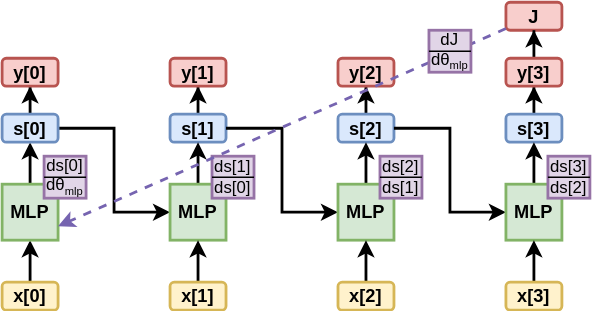
This is rnn_gradient_vanish_vis.svg from yyhtbs-yye/course_images, a draw.io export, as it was before one commit. Source tidied: cells renumbered, new cells last; positions are measured from the earlier drawing's top-left corner, leaving out a move shared by most shapes.
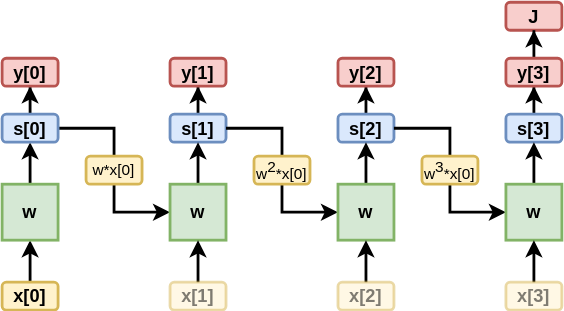
After the commit.

Diff of the diagram source:
```diff
@@ -29,13 +29,13 @@
     <mxCell id="10" style="edgeStyle=orthogonalEdgeStyle;rounded=0;jettySize=auto;html=1;strokeWidth=2;fontSize=13;" parent="1" edge="1" source="11" target="9">
       <mxGeometry relative="1" as="geometry" />
     </mxCell>
-    <mxCell id="11" value="MLP" style="rounded=0;whiteSpace=wrap;html=1;fillColor=#d5e8d4;strokeColor=#82b366;fontStyle=1;fontSize=13;strokeWidth=2;" parent="1" vertex="1">
+    <mxCell id="11" value="w" style="rounded=0;whiteSpace=wrap;html=1;fillColor=#d5e8d4;strokeColor=#82b366;fontStyle=1;fontSize=13;strokeWidth=2;" parent="1" vertex="1">
       <mxGeometry x="120" y="130" width="40" height="40" as="geometry" />
     </mxCell>
     <mxCell id="12" style="edgeStyle=orthogonalEdgeStyle;rounded=0;jettySize=auto;html=1;strokeWidth=2;fontSize=13;" parent="1" edge="1" source="13" target="11">
       <mxGeometry relative="1" as="geometry" />
     </mxCell>
-    <mxCell id="13" value="x[1]" style="rounded=1;whiteSpace=wrap;html=1;fillColor=#fff2cc;strokeColor=#d6b656;fontStyle=1;fontSize=13;strokeWidth=2;" parent="1" vertex="1">
+    <mxCell id="13" value="x[1]" style="rounded=1;whiteSpace=wrap;html=1;fillColor=#fff2cc;strokeColor=#d6b656;fontStyle=1;fontSize=13;strokeWidth=2;opacity=50;textOpacity=50;" parent="1" vertex="1">
       <mxGeometry x="120" y="200" width="40" height="20" as="geometry" />
     </mxCell>
     <mxCell id="14" style="edgeStyle=orthogonalEdgeStyle;rounded=0;jettySize=auto;html=1;entryX=0;entryY=0.5;entryDx=0;entryDy=0;strokeWidth=2;fontSize=13;" parent="1" edge="1" source="9" target="18">
@@ -50,13 +50,13 @@
     <mxCell id="17" style="edgeStyle=orthogonalEdgeStyle;rounded=0;jettySize=auto;html=1;strokeWidth=2;fontSize=13;" parent="1" edge="1" source="18" target="16">
       <mxGeometry relative="1" as="geometry" />
     </mxCell>
-    <mxCell id="18" value="MLP" style="rounded=0;whiteSpace=wrap;html=1;fillColor=#d5e8d4;strokeColor=#82b366;fontStyle=1;fontSize=13;strokeWidth=2;" parent="1" vertex="1">
+    <mxCell id="18" value="w" style="rounded=0;whiteSpace=wrap;html=1;fillColor=#d5e8d4;strokeColor=#82b366;fontStyle=1;fontSize=13;strokeWidth=2;" parent="1" vertex="1">
       <mxGeometry x="240" y="130" width="40" height="40" as="geometry" />
     </mxCell>
     <mxCell id="19" style="edgeStyle=orthogonalEdgeStyle;rounded=0;jettySize=auto;html=1;strokeWidth=2;fontSize=13;" parent="1" edge="1" source="20" target="18">
       <mxGeometry relative="1" as="geometry" />
     </mxCell>
-    <mxCell id="20" value="x[2]" style="rounded=1;whiteSpace=wrap;html=1;fillColor=#fff2cc;strokeColor=#d6b656;fontStyle=1;fontSize=13;strokeWidth=2;" parent="1" vertex="1">
+    <mxCell id="20" value="x[2]" style="rounded=1;whiteSpace=wrap;html=1;fillColor=#fff2cc;strokeColor=#d6b656;fontStyle=1;fontSize=13;strokeWidth=2;opacity=50;textOpacity=50;" parent="1" vertex="1">
       <mxGeometry x="240" y="200" width="40" height="20" as="geometry" />
     </mxCell>
     <mxCell id="21" style="edgeStyle=orthogonalEdgeStyle;rounded=0;jettySize=auto;html=1;entryX=0;entryY=0.5;entryDx=0;entryDy=0;strokeWidth=2;fontSize=13;" parent="1" edge="1" source="16" target="25">
@@ -71,13 +71,13 @@
     <mxCell id="24" style="edgeStyle=orthogonalEdgeStyle;rounded=0;jettySize=auto;html=1;strokeWidth=2;fontSize=13;" parent="1" edge="1" source="25" target="23">
       <mxGeometry relative="1" as="geometry" />
     </mxCell>
-    <mxCell id="25" value="MLP" style="rounded=0;whiteSpace=wrap;html=1;fillColor=#d5e8d4;strokeColor=#82b366;fontStyle=1;fontSize=13;strokeWidth=2;" parent="1" vertex="1">
+    <mxCell id="25" value="w" style="rounded=0;whiteSpace=wrap;html=1;fillColor=#d5e8d4;strokeColor=#82b366;fontStyle=1;fontSize=13;strokeWidth=2;" parent="1" vertex="1">
       <mxGeometry x="360" y="130" width="40" height="40" as="geometry" />
     </mxCell>
     <mxCell id="26" style="edgeStyle=orthogonalEdgeStyle;rounded=0;jettySize=auto;html=1;strokeWidth=2;fontSize=13;" parent="1" edge="1" source="27" target="25">
       <mxGeometry relative="1" as="geometry" />
     </mxCell>
-    <mxCell id="27" value="x[3]" style="rounded=1;whiteSpace=wrap;html=1;fillColor=#fff2cc;strokeColor=#d6b656;fontStyle=1;fontSize=13;strokeWidth=2;" parent="1" vertex="1">
+    <mxCell id="27" value="x[3]" style="rounded=1;whiteSpace=wrap;html=1;fillColor=#fff2cc;strokeColor=#d6b656;fontStyle=1;fontSize=13;strokeWidth=2;opacity=50;textOpacity=50;" parent="1" vertex="1">
       <mxGeometry x="360" y="200" width="40" height="20" as="geometry" />
     </mxCell>
     <mxCell id="28" value="J" style="rounded=1;whiteSpace=wrap;html=1;fillColor=#f8cecc;strokeColor=#b85450;fontStyle=1;fontSize=13;strokeWidth=2;" parent="1" vertex="1">
@@ -98,41 +98,17 @@
     <mxCell id="33" value="y[3]" style="rounded=1;whiteSpace=wrap;html=1;fillColor=#f8cecc;strokeColor=#b85450;fontStyle=1;fontSize=13;strokeWidth=2;" parent="1" vertex="1">
       <mxGeometry x="360" y="40" width="40" height="20" as="geometry" />
     </mxCell>
-    <mxCell id="34" value="MLP" style="rounded=0;whiteSpace=wrap;html=1;fillColor=#d5e8d4;strokeColor=#82b366;fontStyle=1;fontSize=13;strokeWidth=2;" parent="1" vertex="1">
+    <mxCell id="34" value="w" style="rounded=0;whiteSpace=wrap;html=1;fillColor=#d5e8d4;strokeColor=#82b366;fontStyle=1;fontSize=13;strokeWidth=2;" parent="1" vertex="1">
       <mxGeometry y="130" width="40" height="40" as="geometry" />
     </mxCell>
-    <mxCell id="35" value="ds[1]&lt;br&gt;ds[0]" style="text;html=1;strokeColor=#9673a6;fillColor=#e1d5e7;align=center;verticalAlign=middle;whiteSpace=wrap;rounded=0;strokeWidth=2;" parent="1" vertex="1">
-      <mxGeometry x="150" y="110" width="30" height="30" as="geometry" />
-    </mxCell>
-    <mxCell id="36" style="endArrow=classic;html=1;rounded=0;entryX=1;entryY=0.75;entryDx=0;entryDy=0;dashed=1;strokeWidth=2;strokeColor=#7664B0;" parent="1" edge="1" source="28" target="34">
-      <mxGeometry relative="1" as="geometry" />
-    </mxCell>
-    <mxCell id="37" style="edgeStyle=orthogonalEdgeStyle;rounded=0;orthogonalLoop=1;jettySize=auto;html=1;exitX=0;exitY=0.5;exitDx=0;exitDy=0;entryX=1;entryY=0.5;entryDx=0;entryDy=0;endArrow=none;endFill=0;" parent="1" edge="1" source="35" target="35">
-      <mxGeometry relative="1" as="geometry" />
-    </mxCell>
-    <mxCell id="38" value="ds[0]&lt;br&gt;dθ&lt;sub style=&quot;border-color: var(--border-color);&quot;&gt;&lt;font style=&quot;border-color: var(--border-color); font-size: 8px;&quot;&gt;mlp&lt;/font&gt;&lt;/sub&gt;" style="text;html=1;strokeColor=#9673a6;fillColor=#e1d5e7;align=center;verticalAlign=middle;whiteSpace=wrap;rounded=0;strokeWidth=2;" parent="1" vertex="1">
-      <mxGeometry x="30" y="110" width="30" height="30" as="geometry" />
-    </mxCell>
-    <mxCell id="39" style="edgeStyle=orthogonalEdgeStyle;rounded=0;orthogonalLoop=1;jettySize=auto;html=1;exitX=0;exitY=0.5;exitDx=0;exitDy=0;entryX=1;entryY=0.5;entryDx=0;entryDy=0;endArrow=none;endFill=0;" parent="1" edge="1" source="38" target="38">
-      <mxGeometry relative="1" as="geometry" />
-    </mxCell>
-    <mxCell id="40" value="ds[2]&lt;br&gt;ds[1]" style="text;html=1;strokeColor=#9673a6;fillColor=#e1d5e7;align=center;verticalAlign=middle;whiteSpace=wrap;rounded=0;strokeWidth=2;" parent="1" vertex="1">
-      <mxGeometry x="270" y="110" width="30" height="30" as="geometry" />
-    </mxCell>
-    <mxCell id="41" style="edgeStyle=orthogonalEdgeStyle;rounded=0;orthogonalLoop=1;jettySize=auto;html=1;exitX=0;exitY=0.5;exitDx=0;exitDy=0;entryX=1;entryY=0.5;entryDx=0;entryDy=0;endArrow=none;endFill=0;" parent="1" edge="1" source="40" target="40">
-      <mxGeometry relative="1" as="geometry" />
-    </mxCell>
-    <mxCell id="42" value="ds[3]&lt;br&gt;ds[2]" style="text;html=1;strokeColor=#9673a6;fillColor=#e1d5e7;align=center;verticalAlign=middle;whiteSpace=wrap;rounded=0;strokeWidth=2;" parent="1" vertex="1">
-      <mxGeometry x="390" y="110" width="30" height="30" as="geometry" />
-    </mxCell>
-    <mxCell id="43" style="edgeStyle=orthogonalEdgeStyle;rounded=0;orthogonalLoop=1;jettySize=auto;html=1;exitX=0;exitY=0.5;exitDx=0;exitDy=0;entryX=1;entryY=0.5;entryDx=0;entryDy=0;endArrow=none;endFill=0;" parent="1" edge="1" source="42" target="42">
-      <mxGeometry relative="1" as="geometry" />
-    </mxCell>
-    <mxCell id="44" value="dJ&lt;br&gt;dθ&lt;sub style=&quot;border-color: var(--border-color);&quot;&gt;&lt;font style=&quot;font-size: 8px;&quot;&gt;mlp&lt;/font&gt;&lt;/sub&gt;" style="text;html=1;strokeColor=#9673a6;fillColor=#e1d5e7;align=center;verticalAlign=middle;whiteSpace=wrap;rounded=0;strokeWidth=2;" parent="1" vertex="1">
-      <mxGeometry x="305" y="20" width="30" height="30" as="geometry" />
-    </mxCell>
-    <mxCell id="45" style="edgeStyle=orthogonalEdgeStyle;rounded=0;orthogonalLoop=1;jettySize=auto;html=1;exitX=0;exitY=0.5;exitDx=0;exitDy=0;entryX=1;entryY=0.5;entryDx=0;entryDy=0;endArrow=none;endFill=0;" parent="1" edge="1" source="44" target="44">
-      <mxGeometry relative="1" as="geometry" />
-    </mxCell>
+    <mxCell id="46" value="w*x[0]" style="text;html=1;strokeColor=#d6b656;fillColor=#fff2cc;align=center;verticalAlign=middle;whiteSpace=wrap;rounded=1;strokeWidth=2;fontSize=11;" parent="1" vertex="1">
+      <mxGeometry x="60" y="110" width="40" height="20" as="geometry" />
+    </mxCell>
+    <mxCell id="47" value="w&lt;sup style=&quot;font-size: 11px;&quot;&gt;2&lt;/sup&gt;*x[0]" style="text;html=1;strokeColor=#d6b656;fillColor=#fff2cc;align=center;verticalAlign=middle;whiteSpace=wrap;rounded=1;strokeWidth=2;fontSize=11;" parent="1" vertex="1">
+      <mxGeometry x="180" y="110" width="40" height="20" as="geometry" />
+    </mxCell>
+    <mxCell id="48" value="w&lt;sup style=&quot;font-size: 11px;&quot;&gt;3&lt;/sup&gt;*x[0]" style="text;html=1;strokeColor=#d6b656;fillColor=#fff2cc;align=center;verticalAlign=middle;whiteSpace=wrap;rounded=1;strokeWidth=2;fontSize=11;" parent="1" vertex="1">
+      <mxGeometry x="300" y="110" width="40" height="20" as="geometry" />
+    </mxCell>
   </root>
 </mxGraphModel>
```
